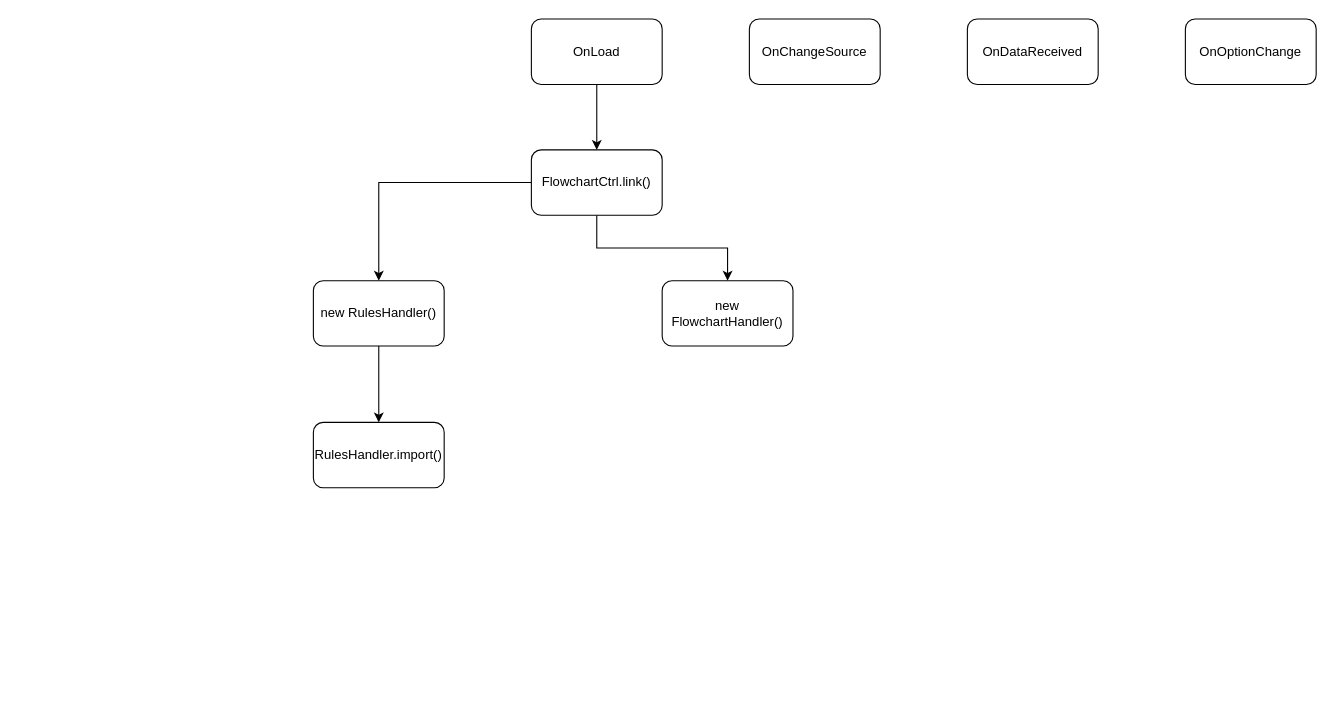
The draw.io diagram graphs/Flowcharting_Events.drawio in algenty/flowcharting-repository, before the edit. Source tidied: cells renumbered, new cells numbered last; positions are measured from the earlier drawing's top-left corner, leaving out a move shared by most shapes. Both pictures are drawn from the tidied source at 109%, with x=0, y=0 at pixel (313, 19).
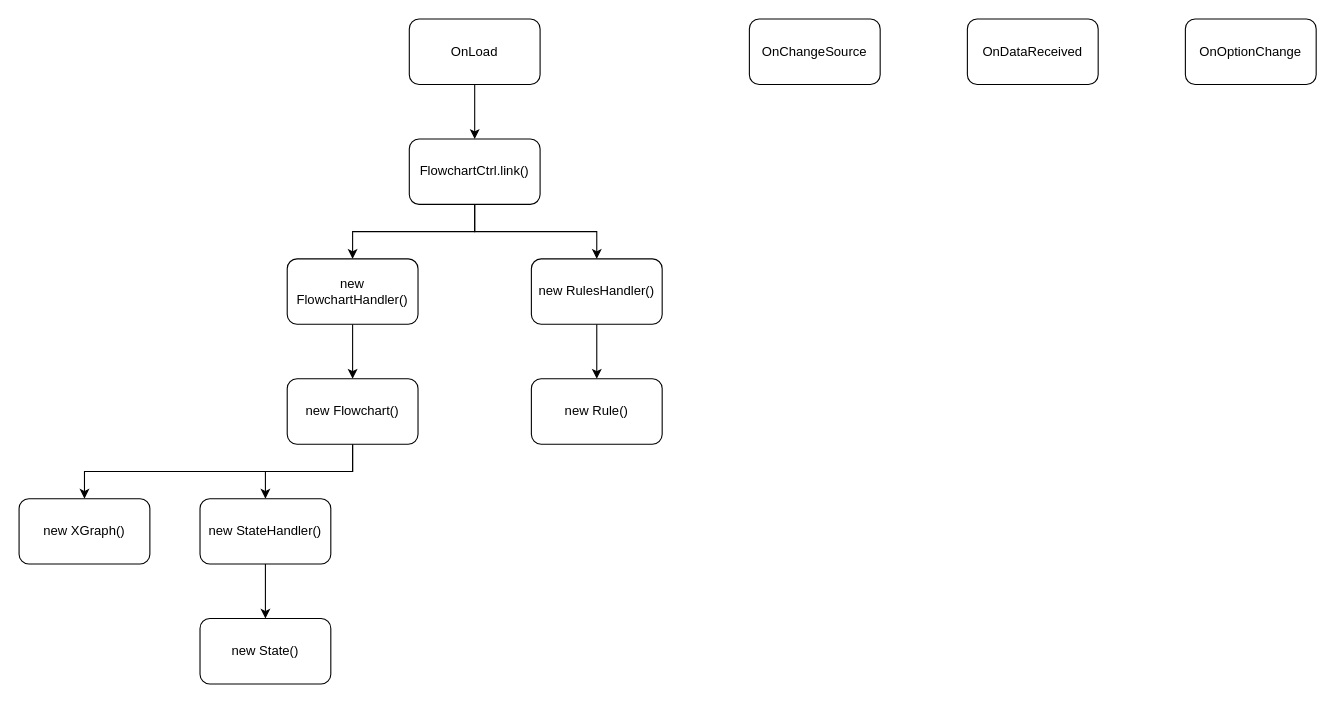
The same page after the edit.

The edit, as a diff of the source:
```diff
@@
     <mxCell id="6" value="OnLoad" style="rounded=1;whiteSpace=wrap;html=1;" parent="1" vertex="1">
-      <mxGeometry x="200" width="120" height="60" as="geometry" />
+      <mxGeometry x="88" width="120" height="60" as="geometry" />
     </mxCell>
-    <mxCell id="7" style="edgeStyle=orthogonalEdgeStyle;rounded=0;jettySize=auto;html=1;" parent="1" edge="1" source="9" target="11">
+    <mxCell id="7" style="edgeStyle=orthogonalEdgeStyle;rounded=0;jettySize=auto;html=1;exitX=0.5;exitY=1;exitDx=0;exitDy=0;" parent="1" edge="1" source="9" target="11">
       <mxGeometry relative="1" as="geometry" />
     </mxCell>
@@
     <mxCell id="9" value="FlowchartCtrl.link()" style="rounded=1;whiteSpace=wrap;html=1;" parent="1" vertex="1">
-      <mxGeometry x="200" y="120" width="120" height="60" as="geometry" />
+      <mxGeometry x="88" y="110" width="120" height="60" as="geometry" />
     </mxCell>
@@
     <mxCell id="11" value="new RulesHandler()" style="rounded=1;whiteSpace=wrap;html=1;" parent="1" vertex="1">
-      <mxGeometry y="240" width="120" height="60" as="geometry" />
+      <mxGeometry x="200" y="220" width="120" height="60" as="geometry" />
     </mxCell>
+    <mxCell id="14" style="edgeStyle=orthogonalEdgeStyle;rounded=0;jettySize=auto;html=1;" parent="1" edge="1" source="12" target="17">
+      <mxGeometry relative="1" as="geometry" />
+    </mxCell>
     <mxCell id="12" value="new FlowchartHandler()" style="rounded=1;whiteSpace=wrap;html=1;" parent="1" vertex="1">
-      <mxGeometry x="320" y="240" width="120" height="60" as="geometry" />
+      <mxGeometry x="-24" y="220" width="120" height="60" as="geometry" />
     </mxCell>
+    <mxCell id="15" style="edgeStyle=orthogonalEdgeStyle;rounded=0;jettySize=auto;html=1;entryX=0.5;entryY=0;entryDx=0;entryDy=0;" parent="1" edge="1" source="17" target="20">
+      <mxGeometry relative="1" as="geometry" />
+    </mxCell>
+    <mxCell id="16" style="edgeStyle=orthogonalEdgeStyle;rounded=0;jettySize=auto;html=1;exitX=0.5;exitY=1;exitDx=0;exitDy=0;" parent="1" edge="1" source="17" target="18">
+      <mxGeometry relative="1" as="geometry" />
+    </mxCell>
+    <mxCell id="17" value="new Flowchart()" style="rounded=1;whiteSpace=wrap;html=1;" parent="1" vertex="1">
+      <mxGeometry x="-24" y="330" width="120" height="60" as="geometry" />
+    </mxCell>
+    <mxCell id="18" value="new XGraph()" style="rounded=1;whiteSpace=wrap;html=1;" parent="1" vertex="1">
+      <mxGeometry x="-270" y="440" width="120" height="60" as="geometry" />
+    </mxCell>
+    <mxCell id="19" style="edgeStyle=orthogonalEdgeStyle;rounded=0;jettySize=auto;html=1;" parent="1" edge="1" source="20" target="21">
+      <mxGeometry relative="1" as="geometry" />
+    </mxCell>
+    <mxCell id="20" value="new StateHandler()" style="rounded=1;whiteSpace=wrap;html=1;" parent="1" vertex="1">
+      <mxGeometry x="-104" y="440" width="120" height="60" as="geometry" />
+    </mxCell>
+    <mxCell id="21" value="new State()" style="rounded=1;whiteSpace=wrap;html=1;" parent="1" vertex="1">
+      <mxGeometry x="-104" y="550" width="120" height="60" as="geometry" />
+    </mxCell>
-    <mxCell id="13" value="RulesHandler.import()" style="rounded=1;whiteSpace=wrap;html=1;" parent="1" vertex="1">
-      <mxGeometry y="370" width="120" height="60" as="geometry" />
+    <mxCell id="13" value="new Rule()" style="rounded=1;whiteSpace=wrap;html=1;" parent="1" vertex="1">
+      <mxGeometry x="200" y="330" width="120" height="60" as="geometry" />
     </mxCell>
```
